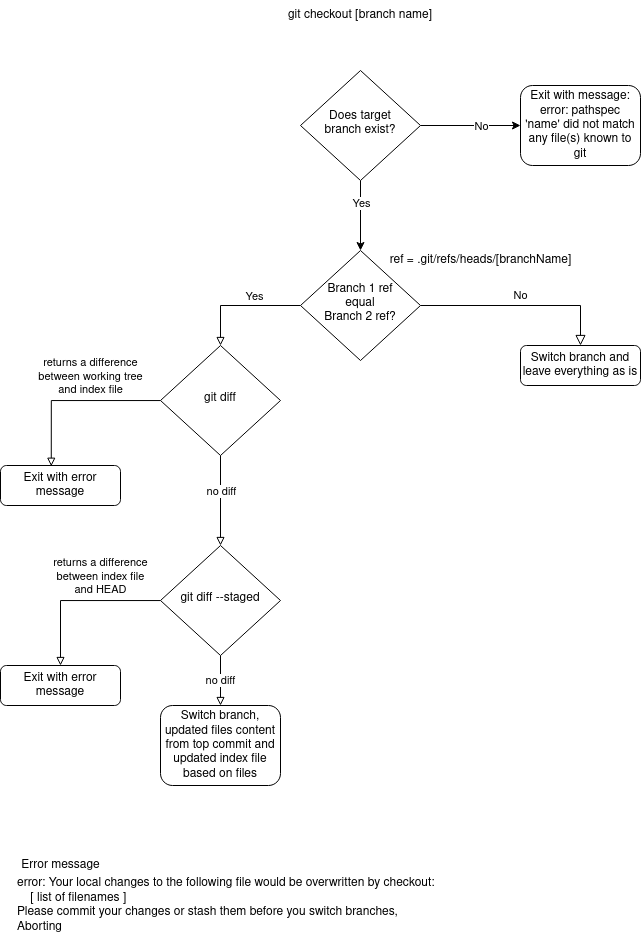
varkiwi/git3-client keeps this draw.io diagram as docs/artifacts/images/git_checkout_switch_branch.png. Above is the earlier version. Source tidied: cells renumbered, new cells last; positions are measured from the earlier drawing's top-left corner, leaving out a move shared by most shapes.
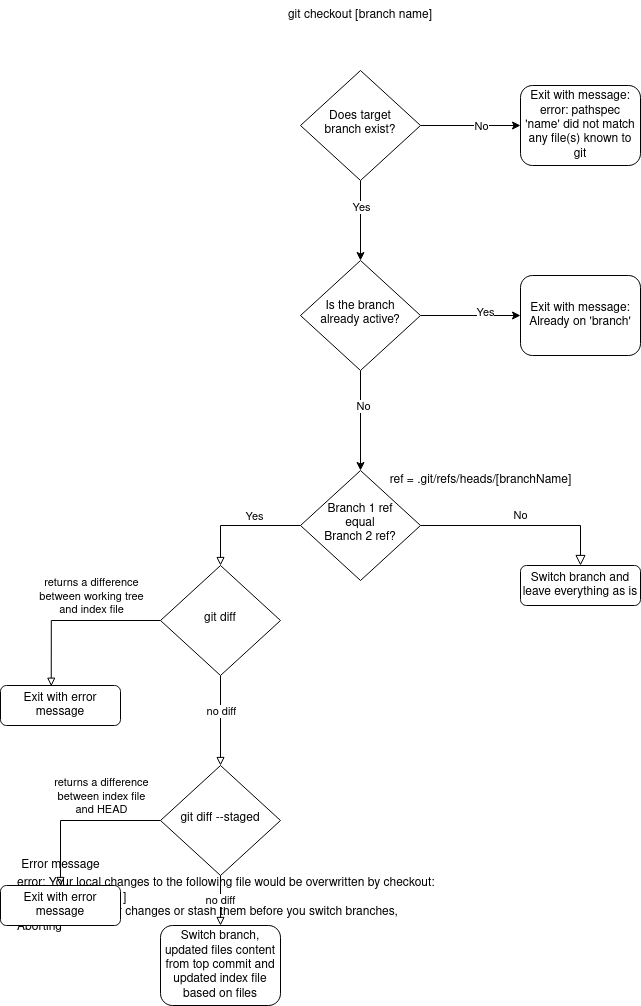
Later version of the same file.

What changed in the source:
```diff
@@ -20,7 +20,7 @@
       <mxGeometry x="520" y="345" width="120" height="40" as="geometry" />
     </mxCell>
     <mxCell id="7" value="git checkout [branch name]" style="text;html=1;strokeColor=none;fillColor=none;align=center;verticalAlign=middle;whiteSpace=wrap;rounded=0;" parent="1" vertex="1">
-      <mxGeometry x="270" width="180" height="30" as="geometry" />
+      <mxGeometry x="270" y="-220" width="180" height="30" as="geometry" />
     </mxCell>
     <mxCell id="8" value="Exit with error message" style="rounded=1;whiteSpace=wrap;html=1;fontSize=12;glass=0;strokeWidth=1;shadow=0;" parent="1" vertex="1">
       <mxGeometry y="465" width="120" height="40" as="geometry" />
@@ -43,10 +43,10 @@
       <mxGeometry x="160" y="345" width="120" height="110" as="geometry" />
     </mxCell>
     <mxCell id="14" value="Error message" style="text;html=1;align=center;verticalAlign=middle;strokeColor=none;fillColor=none;" parent="1" vertex="1">
-      <mxGeometry x="15" y="855" width="90" height="20" as="geometry" />
+      <mxGeometry x="15" y="635" width="90" height="20" as="geometry" />
     </mxCell>
     <mxCell id="15" value="&lt;div align=&quot;left&quot;&gt;error: Your local changes to the following file would be overwritten by checkout:&lt;br&gt;&amp;nbsp;&amp;nbsp;&amp;nbsp; [ list of filenames ]&lt;/div&gt;&lt;div align=&quot;left&quot;&gt;Please commit your changes or stash them before you switch branches,&lt;/div&gt;&lt;div align=&quot;left&quot;&gt;Aborting&lt;br&gt;&lt;/div&gt;" style="text;html=1;align=left;verticalAlign=middle;strokeColor=none;fillColor=none;" parent="1" vertex="1">
-      <mxGeometry x="15" y="875" width="430" height="60" as="geometry" />
+      <mxGeometry x="15" y="655" width="430" height="60" as="geometry" />
     </mxCell>
     <mxCell id="16" style="edgeStyle=orthogonalEdgeStyle;rounded=0;jettySize=auto;html=1;entryX=0.5;entryY=0;entryDx=0;entryDy=0;endArrow=block;endFill=0;" parent="1" edge="1" source="19" target="20">
       <mxGeometry relative="1" as="geometry" />
@@ -71,7 +71,7 @@
     <mxCell id="22" value="ref = .git/refs/heads/[branchName]" style="text;html=1;align=center;verticalAlign=middle;strokeColor=none;fillColor=none;" parent="1" vertex="1">
       <mxGeometry x="380" y="250" width="200" height="20" as="geometry" />
     </mxCell>
-    <mxCell id="23" style="edgeStyle=orthogonalEdgeStyle;rounded=0;jettySize=auto;html=1;entryX=0.5;entryY=0;entryDx=0;entryDy=0;" parent="1" edge="1" source="27" target="5">
+    <mxCell id="23" style="edgeStyle=orthogonalEdgeStyle;rounded=0;jettySize=auto;html=1;" parent="1" edge="1" source="27" target="33">
       <mxGeometry relative="1" as="geometry" />
     </mxCell>
     <mxCell id="24" value="Yes" style="edgeLabel;html=1;align=center;verticalAlign=middle;" parent="23" vertex="1">
@@ -84,10 +84,28 @@
       <mxGeometry x="0.21" relative="1" as="geometry" />
     </mxCell>
     <mxCell id="27" value="&lt;div&gt;Does target &lt;br&gt;&lt;/div&gt;&lt;div&gt;branch exist?&lt;/div&gt;" style="rhombus;whiteSpace=wrap;html=1;shadow=0;fontFamily=Helvetica;fontSize=12;align=center;strokeWidth=1;spacing=6;spacingTop=-4;" parent="1" vertex="1">
-      <mxGeometry x="300" y="70" width="120" height="110" as="geometry" />
+      <mxGeometry x="300" y="-150" width="120" height="110" as="geometry" />
     </mxCell>
     <mxCell id="28" value="Exit with message: error: pathspec 'name' did not match any file(s) known to git" style="rounded=1;whiteSpace=wrap;html=1;fontSize=12;glass=0;strokeWidth=1;shadow=0;" parent="1" vertex="1">
-      <mxGeometry x="520" y="85" width="120" height="80" as="geometry" />
+      <mxGeometry x="520" y="-135" width="120" height="80" as="geometry" />
     </mxCell>
+    <mxCell id="29" style="edgeStyle=orthogonalEdgeStyle;rounded=0;jettySize=auto;html=1;entryX=0.5;entryY=0;entryDx=0;entryDy=0;" parent="1" edge="1" source="33" target="5">
+      <mxGeometry relative="1" as="geometry" />
+    </mxCell>
+    <mxCell id="30" value="No" style="edgeLabel;html=1;align=center;verticalAlign=middle;" parent="29" vertex="1">
+      <mxGeometry x="-0.3" y="2" relative="1" as="geometry" />
+    </mxCell>
+    <mxCell id="31" style="edgeStyle=orthogonalEdgeStyle;rounded=0;jettySize=auto;html=1;entryX=0;entryY=0.5;entryDx=0;entryDy=0;" parent="1" edge="1" source="33" target="34">
+      <mxGeometry relative="1" as="geometry" />
+    </mxCell>
+    <mxCell id="32" value="Yes" style="edgeLabel;html=1;align=center;verticalAlign=middle;" parent="31" vertex="1">
+      <mxGeometry x="0.28" y="4" relative="1" as="geometry" />
+    </mxCell>
+    <mxCell id="33" value="Is the branch already active?" style="rhombus;whiteSpace=wrap;html=1;shadow=0;fontFamily=Helvetica;fontSize=12;align=center;strokeWidth=1;spacing=6;spacingTop=-4;" parent="1" vertex="1">
+      <mxGeometry x="300" y="40" width="120" height="110" as="geometry" />
+    </mxCell>
+    <mxCell id="34" value="Exit with message: Already on 'branch'" style="rounded=1;whiteSpace=wrap;html=1;fontSize=12;glass=0;strokeWidth=1;shadow=0;" parent="1" vertex="1">
+      <mxGeometry x="520" y="55" width="120" height="80" as="geometry" />
+    </mxCell>
   </root>
 </mxGraphModel>
```
